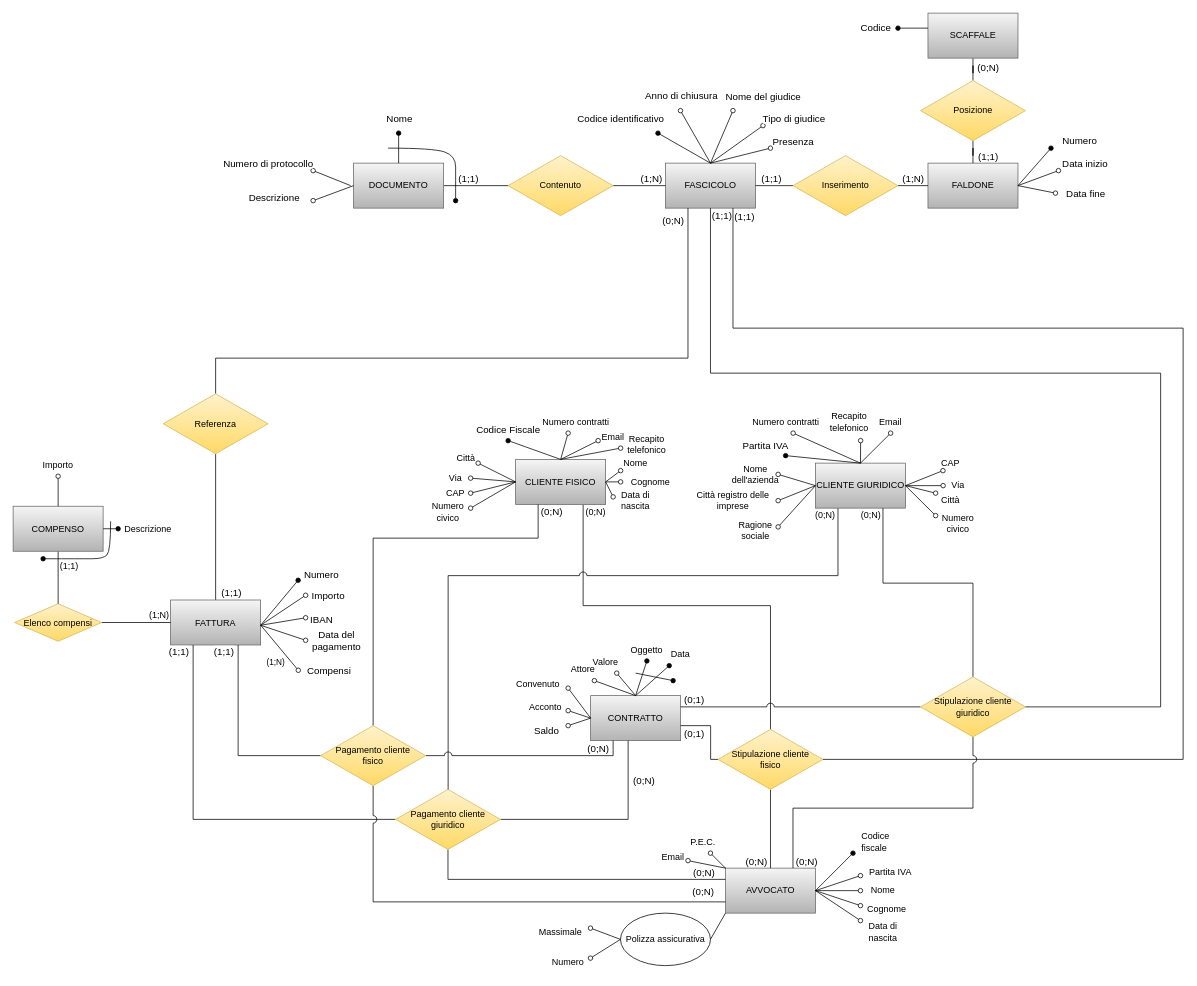
AndreaCiv/BasiDiDati keeps this draw.io diagram as DiagrammaER_Completo_Finale.drawio. Above is the earlier version. Source tidied: cells renumbered, new cells numbered last; positions are measured from the earlier drawing's top-left corner, leaving out a move shared by most shapes. Both pictures are drawn from the tidied source at 75%, with x=0, y=0 at pixel (13, 13).
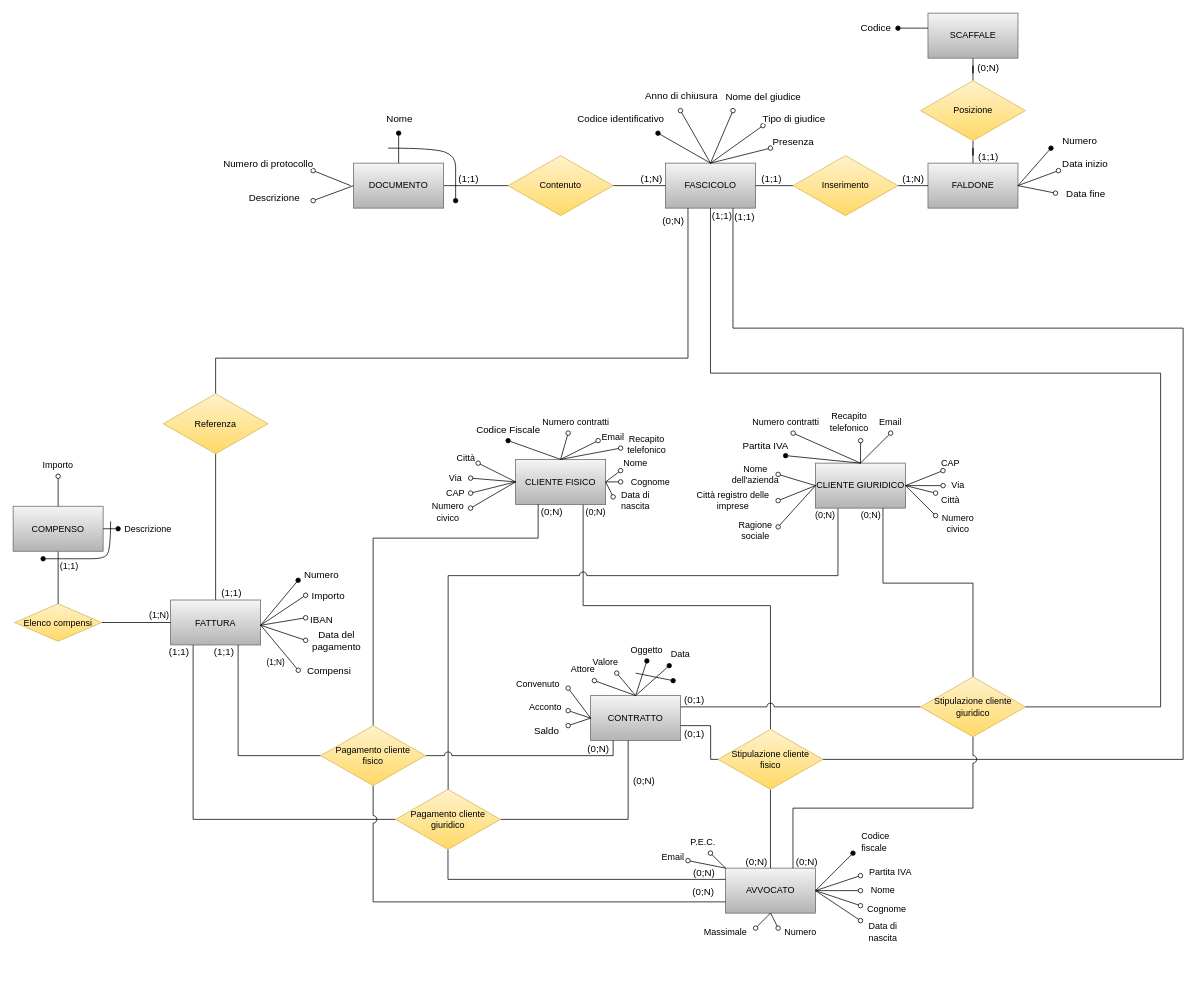
The same diagram, later.

Commit message:
Modifica avvocato

Unchanged cells that the change refers to:
```xml
<mxCell id="46" value="AVVOCATO" style="rounded=0;whiteSpace=wrap;html=1;fillColor=#f5f5f5;gradientColor=#b3b3b3;strokeColor=#666666;" parent="1" vertex="1">
  <mxGeometry x="949.8" y="1140" width="120" height="60" as="geometry" />
</mxCell>
```

Diff of the diagram source:
```diff
@@
-    <mxCell id="99" value="Polizza assicurativa" style="ellipse;whiteSpace=wrap;html=1;" parent="1" vertex="1">
-      <mxGeometry x="809.8" y="1200" width="120" height="70" as="geometry" />
-    </mxCell>
-    <mxCell id="100" style="endArrow=oval;html=1;rounded=0;endFill=0;exitX=0;exitY=0.5;exitDx=0;exitDy=0;" parent="1" edge="1" source="99">
+    <mxCell id="100" style="endArrow=oval;html=1;rounded=0;endFill=0;" parent="1" edge="1">
       <mxGeometry relative="1" as="geometry">
-        <mxPoint x="769.8" y="1260" as="targetPoint" />
+        <mxPoint x="1010" y="1200" as="sourcePoint" />
+        <mxPoint x="1020" y="1220" as="targetPoint" />
       </mxGeometry>
     </mxCell>
     <mxCell id="101" value="Numero" style="text;html=1;strokeColor=none;fillColor=none;align=center;verticalAlign=middle;whiteSpace=wrap;rounded=0;" parent="1" vertex="1">
-      <mxGeometry x="709.8" y="1250" width="60" height="30" as="geometry" />
+      <mxGeometry x="1019.8" y="1210" width="60" height="30" as="geometry" />
     </mxCell>
-    <mxCell id="102" style="endArrow=oval;html=1;rounded=0;endFill=0;exitX=0;exitY=0.5;exitDx=0;exitDy=0;" parent="1" edge="1" source="99">
+    <mxCell id="102" style="endArrow=oval;html=1;rounded=0;endFill=0;exitX=0.5;exitY=1;exitDx=0;exitDy=0;" parent="1" edge="1" source="46">
       <mxGeometry relative="1" as="geometry">
-        <mxPoint x="769.8" y="1220" as="targetPoint" />
+        <mxPoint x="990" y="1220" as="targetPoint" />
       </mxGeometry>
     </mxCell>
     <mxCell id="103" value="Massimale" style="text;html=1;strokeColor=none;fillColor=none;align=center;verticalAlign=middle;whiteSpace=wrap;rounded=0;" parent="1" vertex="1">
-      <mxGeometry x="699.8" y="1210" width="60" height="30" as="geometry" />
+      <mxGeometry x="919.8" y="1210" width="60" height="30" as="geometry" />
     </mxCell>
-    <mxCell id="104" style="endArrow=none;html=1;rounded=0;endFill=0;entryX=0;entryY=1;entryDx=0;entryDy=0;exitX=1;exitY=0.5;exitDx=0;exitDy=0;" parent="1" edge="1" source="99" target="46">
-      <mxGeometry relative="1" as="geometry" />
-    </mxCell>
```
